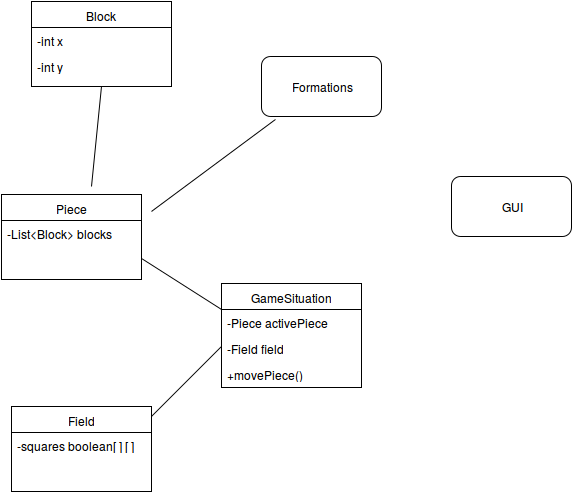
Before: Dokumentaatio/LuokkaKaavio.png, a diagram exported from draw.io (Grawave/Tetris). Source tidied: cells renumbered, new cells last; positions are measured from the earlier drawing's top-left corner, leaving out a move shared by most shapes. Source of this version:
```xml
<mxGraphModel>
  <root>
    <mxCell id="0" />
    <mxCell id="1" parent="0" />
    <mxCell id="2" value="Formations" style="rounded=1;whiteSpace=wrap;html=1;" parent="1" vertex="1">
      <mxGeometry x="260" y="55" width="120" height="60" as="geometry" />
    </mxCell>
    <mxCell id="3" value="GUI" style="rounded=1;whiteSpace=wrap;html=1;" parent="1" vertex="1">
      <mxGeometry x="450" y="175" width="120" height="60" as="geometry" />
    </mxCell>
    <mxCell id="4" style="endArrow=none;html=1;exitX=1;exitY=0.5;" parent="1" edge="1">
      <mxGeometry relative="1" as="geometry">
        <mxPoint x="150" y="415" as="sourcePoint" />
        <mxPoint x="220" y="345" as="targetPoint" />
      </mxGeometry>
    </mxCell>
    <mxCell id="5" style="endArrow=none;html=1;entryX=0;entryY=0.25;exitX=1;exitY=0.75;" parent="1" edge="1" source="14" target="8">
      <mxGeometry x="360" y="365" as="geometry" />
    </mxCell>
    <mxCell id="6" style="endArrow=none;html=1;entryX=0.117;entryY=1.05;entryPerimeter=0;" parent="1" edge="1" target="2">
      <mxGeometry x="400" y="265" as="geometry">
        <mxPoint x="150" y="210" as="sourcePoint" />
      </mxGeometry>
    </mxCell>
    <mxCell id="7" style="endArrow=none;html=1;entryX=0.583;entryY=1;entryPerimeter=0;exitX=0.5;exitY=0;" parent="1" edge="1">
      <mxGeometry x="315" y="240" as="geometry">
        <mxPoint x="90" y="185" as="sourcePoint" />
        <mxPoint x="100" y="85" as="targetPoint" />
      </mxGeometry>
    </mxCell>
    <mxCell id="8" value="GameSituation" style="swimlane;html=1;fontStyle=0;horizontal=1;startSize=26;fillColor=none;swimlaneFillColor=#ffffff;" parent="1" vertex="1">
      <mxGeometry x="220" y="282" width="140" height="104" as="geometry" />
    </mxCell>
    <mxCell id="9" value="-Piece activePiece&lt;br&gt;" style="text;html=1;strokeColor=none;fillColor=none;align=left;verticalAlign=top;spacingLeft=4;spacingRight=4;whiteSpace=wrap;overflow=hidden;" parent="8" vertex="1">
      <mxGeometry y="26" width="140" height="26" as="geometry" />
    </mxCell>
    <mxCell id="10" value="-Field field&lt;br&gt;" style="text;html=1;strokeColor=none;fillColor=none;align=left;verticalAlign=top;spacingLeft=4;spacingRight=4;whiteSpace=wrap;overflow=hidden;" parent="8" vertex="1">
      <mxGeometry y="52" width="140" height="26" as="geometry" />
    </mxCell>
    <mxCell id="11" value="+movePiece()" style="text;html=1;strokeColor=none;fillColor=none;align=left;verticalAlign=top;spacingLeft=4;spacingRight=4;whiteSpace=wrap;overflow=hidden;points=[[0,0.5],[1,0.5]];portConstraint=eastwest;" parent="8" vertex="1">
      <mxGeometry y="78" width="140" height="26" as="geometry" />
    </mxCell>
    <mxCell id="12" value="Field" style="swimlane;html=1;fontStyle=0;horizontal=1;startSize=26;fillColor=none;swimlaneFillColor=#ffffff;" parent="1" vertex="1">
      <mxGeometry x="10" y="405" width="140" height="85" as="geometry" />
    </mxCell>
    <mxCell id="13" value="-squares boolean[ ] [ ]&lt;br&gt;" style="text;html=1;strokeColor=none;fillColor=none;align=left;verticalAlign=top;spacingLeft=4;spacingRight=4;whiteSpace=wrap;overflow=hidden;" parent="12" vertex="1">
      <mxGeometry y="26" width="140" height="26" as="geometry" />
    </mxCell>
    <mxCell id="14" value="Piece" style="swimlane;html=1;fontStyle=0;horizontal=1;startSize=26;fillColor=none;swimlaneFillColor=#ffffff;" parent="1" vertex="1">
      <mxGeometry y="193" width="140" height="85" as="geometry" />
    </mxCell>
    <mxCell id="15" value="-List&amp;lt;Block&amp;gt; blocks&lt;br&gt;" style="text;html=1;strokeColor=none;fillColor=none;align=left;verticalAlign=top;spacingLeft=4;spacingRight=4;whiteSpace=wrap;overflow=hidden;" parent="14" vertex="1">
      <mxGeometry y="26" width="140" height="26" as="geometry" />
    </mxCell>
    <mxCell id="16" value="Block&lt;br&gt;" style="swimlane;html=1;fontStyle=0;horizontal=1;startSize=26;fillColor=none;swimlaneFillColor=#ffffff;" parent="1" vertex="1">
      <mxGeometry x="30" width="140" height="85" as="geometry" />
    </mxCell>
    <mxCell id="17" value="-int x&lt;br&gt;" style="text;html=1;strokeColor=none;fillColor=none;align=left;verticalAlign=top;spacingLeft=4;spacingRight=4;whiteSpace=wrap;overflow=hidden;" parent="16" vertex="1">
      <mxGeometry y="26" width="140" height="26" as="geometry" />
    </mxCell>
    <mxCell id="18" value="-int y&lt;br&gt;" style="text;html=1;strokeColor=none;fillColor=none;align=left;verticalAlign=top;spacingLeft=4;spacingRight=4;whiteSpace=wrap;overflow=hidden;" parent="16" vertex="1">
      <mxGeometry y="52" width="140" height="26" as="geometry" />
    </mxCell>
  </root>
</mxGraphModel>
```
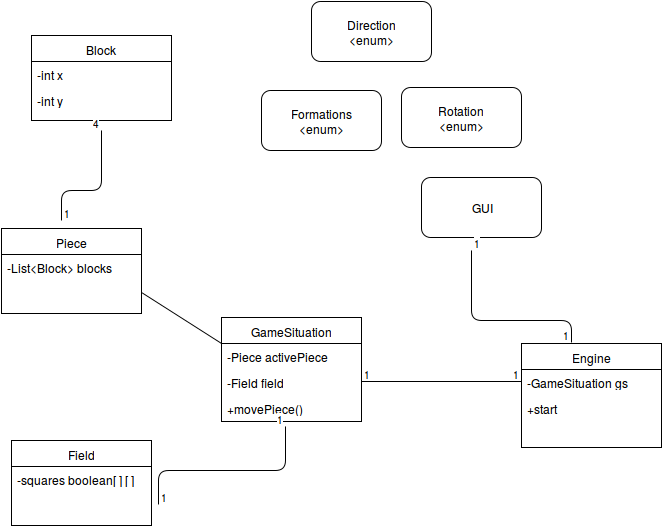
After the change.

Commit message:
kuva päivitys

Diff of the diagram source:
```diff
@@ -2,32 +2,15 @@
   <root>
     <mxCell id="0" />
     <mxCell id="1" parent="0" />
-    <mxCell id="2" value="Formations" style="rounded=1;whiteSpace=wrap;html=1;" parent="1" vertex="1">
+    <mxCell id="2" value="Formations&lt;br&gt;&amp;lt;enum&amp;gt;&lt;br&gt;" style="rounded=1;whiteSpace=wrap;html=1;" parent="1" vertex="1">
       <mxGeometry x="260" y="55" width="120" height="60" as="geometry" />
     </mxCell>
     <mxCell id="3" value="GUI" style="rounded=1;whiteSpace=wrap;html=1;" parent="1" vertex="1">
-      <mxGeometry x="450" y="175" width="120" height="60" as="geometry" />
+      <mxGeometry x="420" y="142" width="120" height="60" as="geometry" />
     </mxCell>
-    <mxCell id="4" style="endArrow=none;html=1;exitX=1;exitY=0.5;" parent="1" edge="1">
-      <mxGeometry relative="1" as="geometry">
-        <mxPoint x="150" y="415" as="sourcePoint" />
-        <mxPoint x="220" y="345" as="targetPoint" />
-      </mxGeometry>
-    </mxCell>
     <mxCell id="5" style="endArrow=none;html=1;entryX=0;entryY=0.25;exitX=1;exitY=0.75;" parent="1" edge="1" source="14" target="8">
       <mxGeometry x="360" y="365" as="geometry" />
     </mxCell>
-    <mxCell id="6" style="endArrow=none;html=1;entryX=0.117;entryY=1.05;entryPerimeter=0;" parent="1" edge="1" target="2">
-      <mxGeometry x="400" y="265" as="geometry">
-        <mxPoint x="150" y="210" as="sourcePoint" />
-      </mxGeometry>
-    </mxCell>
-    <mxCell id="7" style="endArrow=none;html=1;entryX=0.583;entryY=1;entryPerimeter=0;exitX=0.5;exitY=0;" parent="1" edge="1">
-      <mxGeometry x="315" y="240" as="geometry">
-        <mxPoint x="90" y="185" as="sourcePoint" />
-        <mxPoint x="100" y="85" as="targetPoint" />
-      </mxGeometry>
-    </mxCell>
     <mxCell id="8" value="GameSituation" style="swimlane;html=1;fontStyle=0;horizontal=1;startSize=26;fillColor=none;swimlaneFillColor=#ffffff;" parent="1" vertex="1">
       <mxGeometry x="220" y="282" width="140" height="104" as="geometry" />
     </mxCell>
@@ -61,5 +44,78 @@
     <mxCell id="18" value="-int y&lt;br&gt;" style="text;html=1;strokeColor=none;fillColor=none;align=left;verticalAlign=top;spacingLeft=4;spacingRight=4;whiteSpace=wrap;overflow=hidden;" parent="16" vertex="1">
       <mxGeometry y="52" width="140" height="26" as="geometry" />
     </mxCell>
+    <mxCell id="19" value="Engine" style="swimlane;html=1;fontStyle=0;horizontal=1;startSize=26;fillColor=none;swimlaneFillColor=#ffffff;" parent="1" vertex="1">
+      <mxGeometry x="520" y="308" width="140" height="104" as="geometry" />
+    </mxCell>
+    <mxCell id="20" value="-GameSituation gs&lt;br&gt;" style="text;html=1;strokeColor=none;fillColor=none;align=left;verticalAlign=top;spacingLeft=4;spacingRight=4;whiteSpace=wrap;overflow=hidden;" parent="19" vertex="1">
+      <mxGeometry y="26" width="140" height="26" as="geometry" />
+    </mxCell>
+    <mxCell id="21" value="+start" style="text;html=1;strokeColor=none;fillColor=none;align=left;verticalAlign=top;spacingLeft=4;spacingRight=4;whiteSpace=wrap;overflow=hidden;" parent="19" vertex="1">
+      <mxGeometry y="52" width="140" height="26" as="geometry" />
+    </mxCell>
+    <mxCell id="22" style="endArrow=none;html=1;edgeStyle=orthogonalEdgeStyle;" parent="1" edge="1">
+      <mxGeometry relative="1" as="geometry">
+        <mxPoint x="360" y="346" as="sourcePoint" />
+        <mxPoint x="520" y="346" as="targetPoint" />
+      </mxGeometry>
+    </mxCell>
+    <mxCell id="23" value="1" style="html=1;align=left;verticalAlign=bottom;labelBackgroundColor=#ffffff;fontSize=10;" parent="22" vertex="1">
+      <mxGeometry x="-1" relative="1" as="geometry" />
+    </mxCell>
+    <mxCell id="24" value="1" style="html=1;align=right;verticalAlign=bottom;labelBackgroundColor=#ffffff;fontSize=10;" parent="22" vertex="1">
+      <mxGeometry x="1" relative="1" as="geometry" />
+    </mxCell>
+    <mxCell id="25" style="endArrow=none;html=1;edgeStyle=orthogonalEdgeStyle;entryX=0.457;entryY=1.192;entryPerimeter=0;" parent="1" edge="1" target="11">
+      <mxGeometry x="407" y="574" as="geometry">
+        <mxPoint x="157" y="469" as="sourcePoint" />
+        <Array as="points">
+          <mxPoint x="157" y="435" />
+          <mxPoint x="284" y="435" />
+        </Array>
+      </mxGeometry>
+    </mxCell>
+    <mxCell id="26" value="1" style="html=1;align=left;verticalAlign=bottom;labelBackgroundColor=#ffffff;fontSize=10;" parent="25" vertex="1">
+      <mxGeometry x="-1" relative="1" as="geometry" />
+    </mxCell>
+    <mxCell id="27" value="1" style="html=1;align=right;verticalAlign=bottom;labelBackgroundColor=#ffffff;fontSize=10;" parent="25" vertex="1">
+      <mxGeometry x="1" relative="1" as="geometry" />
+    </mxCell>
+    <mxCell id="28" style="endArrow=none;html=1;edgeStyle=orthogonalEdgeStyle;" parent="1" edge="1">
+      <mxGeometry x="260" y="260" as="geometry">
+        <mxPoint x="60" y="185" as="sourcePoint" />
+        <mxPoint x="100" y="95" as="targetPoint" />
+        <Array as="points">
+          <mxPoint x="100" y="155" />
+        </Array>
+      </mxGeometry>
+    </mxCell>
+    <mxCell id="29" value="1" style="html=1;align=left;verticalAlign=bottom;labelBackgroundColor=#ffffff;fontSize=10;" parent="28" vertex="1">
+      <mxGeometry x="-1" relative="1" as="geometry" />
+    </mxCell>
+    <mxCell id="30" value="4&lt;br&gt;" style="html=1;align=right;verticalAlign=bottom;labelBackgroundColor=#ffffff;fontSize=10;" parent="28" vertex="1">
+      <mxGeometry x="1" relative="1" as="geometry" />
+    </mxCell>
+    <mxCell id="31" style="endArrow=none;html=1;edgeStyle=orthogonalEdgeStyle;" parent="1" edge="1">
+      <mxGeometry x="660" y="412" as="geometry">
+        <mxPoint x="470" y="215" as="sourcePoint" />
+        <mxPoint x="570" y="307" as="targetPoint" />
+        <Array as="points">
+          <mxPoint x="470" y="285" />
+          <mxPoint x="570" y="285" />
+        </Array>
+      </mxGeometry>
+    </mxCell>
+    <mxCell id="32" value="1" style="html=1;align=left;verticalAlign=bottom;labelBackgroundColor=#ffffff;fontSize=10;" parent="31" vertex="1">
+      <mxGeometry x="-1" relative="1" as="geometry" />
+    </mxCell>
+    <mxCell id="33" value="1" style="html=1;align=right;verticalAlign=bottom;labelBackgroundColor=#ffffff;fontSize=10;" parent="31" vertex="1">
+      <mxGeometry x="1" relative="1" as="geometry" />
+    </mxCell>
+    <mxCell id="34" value="Rotation&lt;br&gt;&amp;lt;enum&amp;gt;&lt;br&gt;" style="rounded=1;whiteSpace=wrap;html=1;" parent="1" vertex="1">
+      <mxGeometry x="400" y="52" width="120" height="60" as="geometry" />
+    </mxCell>
+    <mxCell id="35" value="Direction&lt;br&gt;&amp;lt;enum&amp;gt;&lt;br&gt;" style="rounded=1;whiteSpace=wrap;html=1;" parent="1" vertex="1">
+      <mxGeometry x="310" y="-34" width="120" height="60" as="geometry" />
+    </mxCell>
   </root>
 </mxGraphModel>
```
